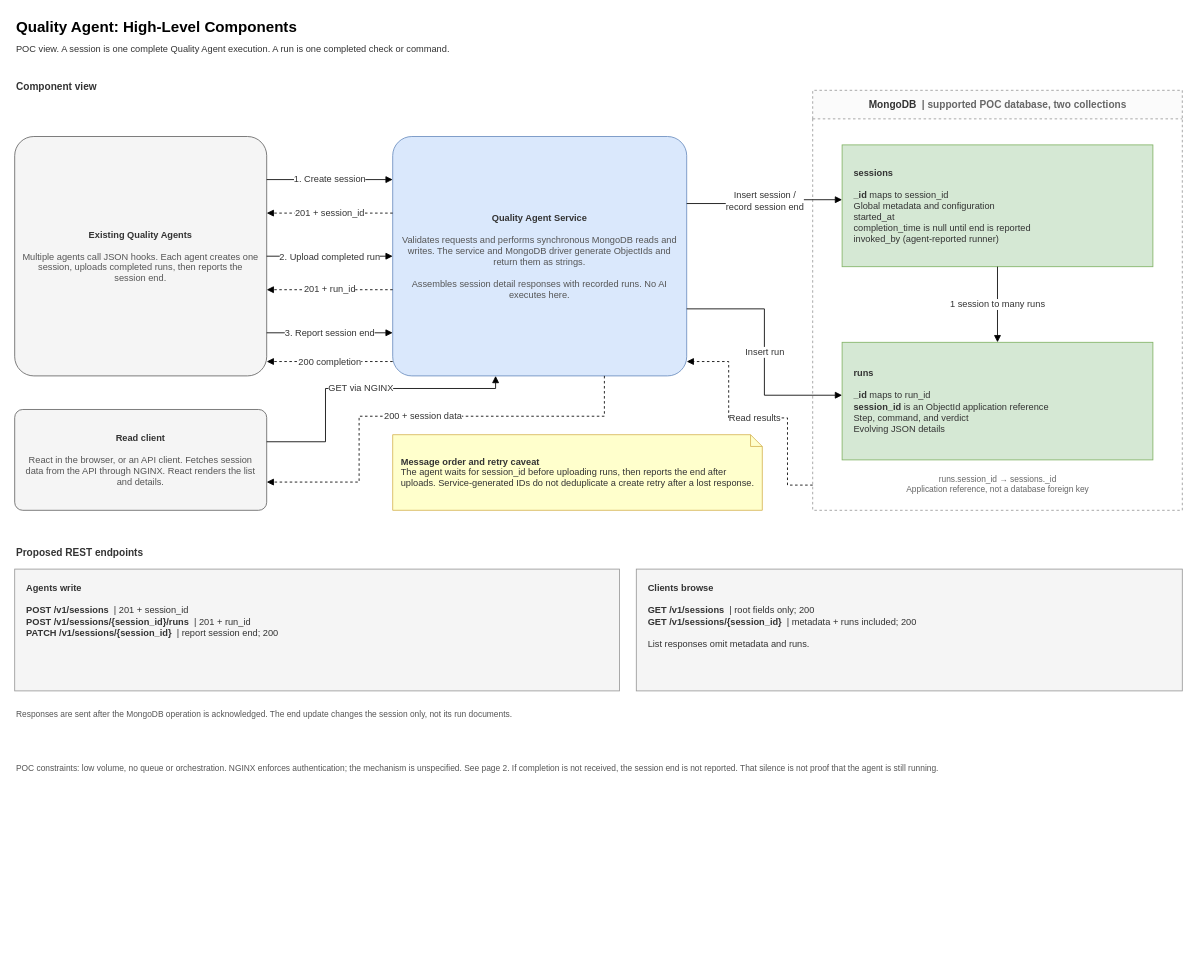
This is page "1. High-Level Components" (1 of 2) of docs/architecture/quality-agent-architecture.drawio from pradeep-ganesh-21/quality-agent-service, a draw.io file, before an edit. Source tidied: cells renumbered, new cells numbered last; positions are measured from the earlier drawing's top-left corner, leaving out a move shared by most shapes. Both pictures are drawn from the tidied source at 84%, with x=0, y=0 at pixel (14, 14).
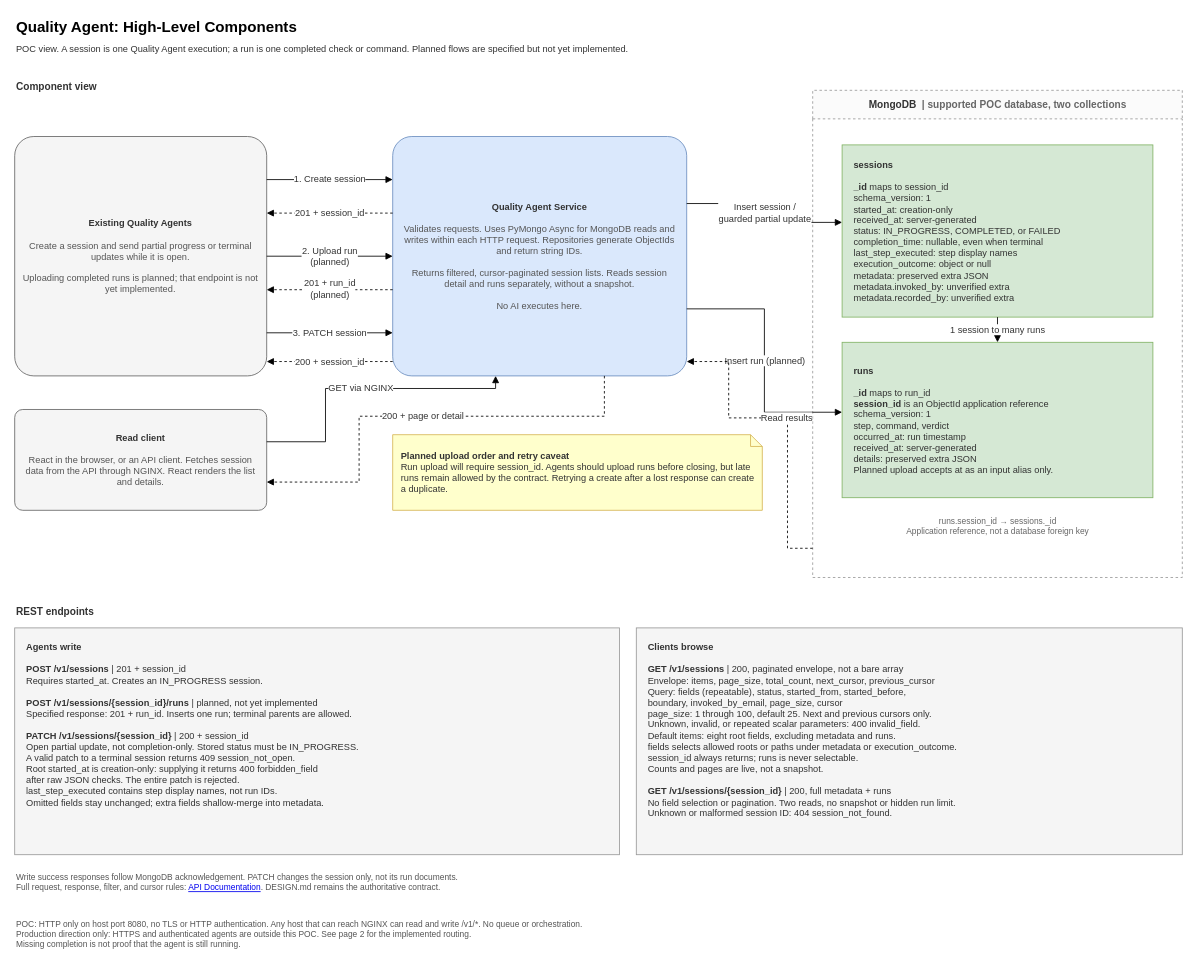
Above is the later version.

Unchanged cells that the change refers to:
```xml
<mxCell id="7" value="&lt;b&gt;Read client&lt;/b&gt;&lt;br&gt;&lt;br&gt;&lt;font color=&quot;#555555&quot;&gt;React in the browser, or an API client. Fetches session data from the API through NGINX. React renders the list and details.&lt;/font&gt;" style="rounded=1;whiteSpace=wrap;html=1;fillColor=#f5f5f5;strokeColor=#666666;align=center;verticalAlign=middle;fontSize=11;arcSize=8;fontColor=#333333;fontFamily=Helvetica;shadow=0;spacing=8;" parent="1" vertex="1">
  <mxGeometry y="470" width="300" height="120" as="geometry" />
</mxCell>
```

What changed in the source:
```diff
@@
-    <mxCell id="3" value="POC view. A session is one complete Quality Agent execution. A run is one completed check or command." style="text;html=1;strokeColor=none;fillColor=none;align=left;verticalAlign=middle;fontSize=11;fontFamily=Helvetica;shadow=0;fontColor=#333333;" parent="1" vertex="1">
-      <mxGeometry y="30" width="900" height="22" as="geometry" />
+    <mxCell id="3" value="POC view. A session is one Quality Agent execution; a run is one completed check or command. Planned flows are specified but not yet implemented." style="text;html=1;strokeColor=none;fillColor=none;align=left;verticalAlign=middle;fontSize=11;fontFamily=Helvetica;shadow=0;fontColor=#333333;" parent="1" vertex="1">
+      <mxGeometry y="30" width="1390" height="22" as="geometry" />
     </mxCell>
@@
-    <mxCell id="5" value="&lt;b&gt;Existing Quality Agents&lt;/b&gt;&lt;br&gt;&lt;br&gt;&lt;font color=&quot;#555555&quot;&gt;Multiple agents call JSON hooks. Each agent creates one session, uploads completed runs, then reports the session end.&lt;/font&gt;" style="rounded=1;whiteSpace=wrap;html=1;fillColor=#f5f5f5;strokeColor=#666666;align=center;verticalAlign=middle;fontSize=11;arcSize=8;fontColor=#333333;fontFamily=Helvetica;shadow=0;spacing=10;" parent="1" vertex="1">
+    <mxCell id="5" value="&lt;b&gt;Existing Quality Agents&lt;/b&gt;&lt;br&gt;&lt;br&gt;&lt;font color=&quot;#555555&quot;&gt;Create a session and send partial progress or terminal updates while it is open.&lt;br&gt;&lt;br&gt;Uploading completed runs is planned; that endpoint is not yet implemented.&lt;/font&gt;" style="rounded=1;whiteSpace=wrap;html=1;fillColor=#f5f5f5;strokeColor=#666666;align=center;verticalAlign=middle;fontSize=11;arcSize=8;fontColor=#333333;fontFamily=Helvetica;shadow=0;spacing=10;" parent="1" vertex="1">
       <mxGeometry y="145" width="300" height="285" as="geometry" />
     </mxCell>
-    <mxCell id="6" value="&lt;b&gt;Quality Agent Service&lt;/b&gt;&lt;br&gt;&lt;br&gt;&lt;font color=&quot;#555555&quot;&gt;Validates requests and performs synchronous MongoDB reads and writes. The service and MongoDB driver generate ObjectIds and return them as strings.&lt;br&gt;&lt;br&gt;Assembles session detail responses with recorded runs. No AI executes here.&lt;/font&gt;" style="rounded=1;whiteSpace=wrap;html=1;fillColor=#dae8fc;strokeColor=#6c8ebf;align=center;verticalAlign=middle;fontSize=11;arcSize=8;fontColor=#333333;fontFamily=Helvetica;shadow=0;spacing=10;" parent="1" vertex="1">
+    <mxCell id="6" value="&lt;b&gt;Quality Agent Service&lt;/b&gt;&lt;br&gt;&lt;br&gt;&lt;font color=&quot;#555555&quot;&gt;Validates requests. Uses PyMongo Async for MongoDB reads and writes within each HTTP request. Repositories generate ObjectIds and return string IDs.&lt;br&gt;&lt;br&gt;Returns filtered, cursor-paginated session lists. Reads session detail and runs separately, without a snapshot.&lt;br&gt;&lt;br&gt;No AI executes here.&lt;/font&gt;" style="rounded=1;whiteSpace=wrap;html=1;fillColor=#dae8fc;strokeColor=#6c8ebf;align=center;verticalAlign=middle;fontSize=11;arcSize=8;fontColor=#333333;fontFamily=Helvetica;shadow=0;spacing=10;" parent="1" vertex="1">
       <mxGeometry x="450" y="145" width="350" height="285" as="geometry" />
     </mxCell>
@@
     <mxCell id="8" value="&lt;b&gt;MongoDB&lt;/b&gt;&lt;font color=&quot;#666666&quot;&gt;&amp;nbsp; | supported POC database, two collections&lt;/font&gt;" style="swimlane;html=1;startSize=34;fillColor=#fbfbfb;strokeColor=#999999;dashed=1;fontSize=12;align=center;verticalAlign=middle;fontColor=#333333;fontFamily=Helvetica;shadow=0;" parent="1" vertex="1">
-      <mxGeometry x="950" y="90" width="440" height="500" as="geometry" />
+      <mxGeometry x="950" y="90" width="440" height="580" as="geometry" />
     </mxCell>
-    <mxCell id="9" value="&lt;b&gt;sessions&lt;/b&gt;&lt;br&gt;&lt;br&gt;&lt;b&gt;_id&lt;/b&gt; maps to session_id&lt;br&gt;Global metadata and configuration&lt;br&gt;started_at&lt;br&gt;completion_time is null until end is reported&lt;br&gt;invoked_by (agent-reported runner)" style="rounded=0;whiteSpace=wrap;html=1;fillColor=#d5e8d4;strokeColor=#82b366;align=left;verticalAlign=middle;fontSize=11;fontColor=#333333;fontFamily=Helvetica;shadow=0;spacingLeft=12;spacingRight=8;" parent="8" vertex="1">
-      <mxGeometry x="35" y="65" width="370" height="145" as="geometry" />
+    <mxCell id="9" value="&lt;b&gt;sessions&lt;/b&gt;&lt;br&gt;&lt;br&gt;&lt;b&gt;_id&lt;/b&gt; maps to session_id&lt;br&gt;schema_version: 1&lt;br&gt;started_at: creation-only&lt;br&gt;received_at: server-generated&lt;br&gt;status: IN_PROGRESS, COMPLETED, or FAILED&lt;br&gt;completion_time: nullable, even when terminal&lt;br&gt;last_step_executed: step display names&lt;br&gt;execution_outcome: object or null&lt;br&gt;metadata: preserved extra JSON&lt;br&gt;metadata.invoked_by: unverified extra&lt;br&gt;metadata.recorded_by: unverified extra" style="rounded=0;whiteSpace=wrap;html=1;fillColor=#d5e8d4;strokeColor=#82b366;align=left;verticalAlign=middle;fontSize=11;fontColor=#333333;fontFamily=Helvetica;shadow=0;spacingLeft=12;spacingRight=8;" parent="8" vertex="1">
+      <mxGeometry x="35" y="65" width="370" height="205" as="geometry" />
     </mxCell>
-    <mxCell id="10" value="&lt;b&gt;runs&lt;/b&gt;&lt;br&gt;&lt;br&gt;&lt;b&gt;_id&lt;/b&gt; maps to run_id&lt;br&gt;&lt;b&gt;session_id&lt;/b&gt; is an ObjectId application reference&lt;br&gt;Step, command, and verdict&lt;br&gt;Evolving JSON details" style="rounded=0;whiteSpace=wrap;html=1;fillColor=#d5e8d4;strokeColor=#82b366;align=left;verticalAlign=middle;fontSize=11;fontColor=#333333;fontFamily=Helvetica;shadow=0;spacingLeft=12;spacingRight=8;" parent="8" vertex="1">
-      <mxGeometry x="35" y="300" width="370" height="140" as="geometry" />
+    <mxCell id="10" value="&lt;b&gt;runs&lt;/b&gt;&lt;br&gt;&lt;br&gt;&lt;b&gt;_id&lt;/b&gt; maps to run_id&lt;br&gt;&lt;b&gt;session_id&lt;/b&gt; is an ObjectId application reference&lt;br&gt;schema_version: 1&lt;br&gt;step, command, verdict&lt;br&gt;occurred_at: run timestamp&lt;br&gt;received_at: server-generated&lt;br&gt;details: preserved extra JSON&lt;br&gt;Planned upload accepts at as an input alias only." style="rounded=0;whiteSpace=wrap;html=1;fillColor=#d5e8d4;strokeColor=#82b366;align=left;verticalAlign=middle;fontSize=11;fontColor=#333333;fontFamily=Helvetica;shadow=0;spacingLeft=12;spacingRight=8;" parent="8" vertex="1">
+      <mxGeometry x="35" y="300" width="370" height="185" as="geometry" />
     </mxCell>
@@
     <mxCell id="12" value="runs.session_id → sessions._id&lt;br&gt;Application reference, not a database foreign key" style="text;html=1;strokeColor=none;fillColor=none;align=center;verticalAlign=middle;fontSize=10;fontFamily=Helvetica;shadow=0;fontColor=#666666;" parent="8" vertex="1">
-      <mxGeometry x="35" y="450" width="370" height="38" as="geometry" />
+      <mxGeometry x="35" y="500" width="370" height="38" as="geometry" />
     </mxCell>
@@
-    <mxCell id="15" value="2. Upload completed run" style="edgeStyle=orthogonalEdgeStyle;rounded=0;html=1;fontSize=11;labelBackgroundColor=#ffffff;exitX=1;exitY=0.50;entryX=0;entryY=0.50;endArrow=block;endFill=1;fontColor=#333333;fontFamily=Helvetica;shadow=0;" parent="1" edge="1" source="5" target="6">
+    <mxCell id="15" value="2. Upload run&lt;br&gt;(planned)" style="edgeStyle=orthogonalEdgeStyle;rounded=0;html=1;fontSize=11;labelBackgroundColor=#ffffff;exitX=1;exitY=0.50;entryX=0;entryY=0.50;endArrow=block;endFill=1;fontColor=#333333;fontFamily=Helvetica;shadow=0;" parent="1" edge="1" source="5" target="6">
       <mxGeometry relative="1" as="geometry" />
     </mxCell>
-    <mxCell id="16" value="201 + run_id" style="edgeStyle=orthogonalEdgeStyle;rounded=0;html=1;fontSize=11;labelBackgroundColor=#ffffff;dashed=1;exitX=0;exitY=0.64;entryX=1;entryY=0.64;endArrow=block;endFill=1;fontColor=#333333;fontFamily=Helvetica;shadow=0;" parent="1" edge="1" source="6" target="5">
+    <mxCell id="16" value="201 + run_id&lt;br&gt;(planned)" style="edgeStyle=orthogonalEdgeStyle;rounded=0;html=1;fontSize=11;labelBackgroundColor=#ffffff;dashed=1;exitX=0;exitY=0.64;entryX=1;entryY=0.64;endArrow=block;endFill=1;fontColor=#333333;fontFamily=Helvetica;shadow=0;" parent="1" edge="1" source="6" target="5">
       <mxGeometry relative="1" as="geometry" />
     </mxCell>
-    <mxCell id="17" value="3. Report session end" style="edgeStyle=orthogonalEdgeStyle;rounded=0;html=1;fontSize=11;labelBackgroundColor=#ffffff;exitX=1;exitY=0.82;entryX=0;entryY=0.82;endArrow=block;endFill=1;fontColor=#333333;fontFamily=Helvetica;shadow=0;" parent="1" edge="1" source="5" target="6">
+    <mxCell id="17" value="3. PATCH session" style="edgeStyle=orthogonalEdgeStyle;rounded=0;html=1;fontSize=11;labelBackgroundColor=#ffffff;exitX=1;exitY=0.82;entryX=0;entryY=0.82;endArrow=block;endFill=1;fontColor=#333333;fontFamily=Helvetica;shadow=0;" parent="1" edge="1" source="5" target="6">
       <mxGeometry relative="1" as="geometry" />
     </mxCell>
-    <mxCell id="18" value="200 completion" style="edgeStyle=orthogonalEdgeStyle;rounded=0;html=1;fontSize=11;labelBackgroundColor=#ffffff;dashed=1;exitX=0;exitY=0.94;entryX=1;entryY=0.94;endArrow=block;endFill=1;fontColor=#333333;fontFamily=Helvetica;shadow=0;" parent="1" edge="1" source="6" target="5">
+    <mxCell id="18" value="200 + session_id" style="edgeStyle=orthogonalEdgeStyle;rounded=0;html=1;fontSize=11;labelBackgroundColor=#ffffff;dashed=1;exitX=0;exitY=0.94;entryX=1;entryY=0.94;endArrow=block;endFill=1;fontColor=#333333;fontFamily=Helvetica;shadow=0;" parent="1" edge="1" source="6" target="5">
       <mxGeometry relative="1" as="geometry" />
     </mxCell>
@@
-    <mxCell id="20" value="200 + session data" style="edgeStyle=orthogonalEdgeStyle;rounded=0;html=1;fontSize=11;labelBackgroundColor=#ffffff;dashed=1;exitX=0.72;exitY=1;entryX=1;entryY=0.72;endArrow=block;endFill=1;fontColor=#333333;fontFamily=Helvetica;shadow=0;" parent="1" edge="1" source="6" target="7">
+    <mxCell id="20" value="200 + page or detail" style="edgeStyle=orthogonalEdgeStyle;rounded=0;html=1;fontSize=11;labelBackgroundColor=#ffffff;dashed=1;exitX=0.72;exitY=1;entryX=1;entryY=0.72;endArrow=block;endFill=1;fontColor=#333333;fontFamily=Helvetica;shadow=0;" parent="1" edge="1" source="6" target="7">
       <mxGeometry relative="1" as="geometry">
         <Array as="points">
           <mxPoint x="702" y="478" />
           <mxPoint x="410" y="478" />
           <mxPoint x="410" y="556" />
         </Array>
       </mxGeometry>
     </mxCell>
-    <mxCell id="21" value="Insert session /&lt;br&gt;record session end" style="edgeStyle=orthogonalEdgeStyle;rounded=0;html=1;fontSize=11;labelBackgroundColor=#ffffff;exitX=1;exitY=0.28;entryX=0;entryY=0.45;endArrow=block;endFill=1;fontColor=#333333;fontFamily=Helvetica;shadow=0;" parent="1" edge="1" source="6" target="9">
+    <mxCell id="21" value="Insert session /&lt;br&gt;guarded partial update" style="edgeStyle=orthogonalEdgeStyle;rounded=0;html=1;fontSize=11;labelBackgroundColor=#ffffff;exitX=1;exitY=0.28;entryX=0;entryY=0.45;endArrow=block;endFill=1;fontColor=#333333;fontFamily=Helvetica;shadow=0;" parent="1" edge="1" source="6" target="9">
       <mxGeometry relative="1" as="geometry" />
     </mxCell>
-    <mxCell id="22" value="Insert run" style="edgeStyle=orthogonalEdgeStyle;rounded=0;html=1;fontSize=11;labelBackgroundColor=#ffffff;exitX=1;exitY=0.72;entryX=0;entryY=0.45;endArrow=block;endFill=1;fontColor=#333333;fontFamily=Helvetica;shadow=0;" parent="1" edge="1" source="6" target="10">
+    <mxCell id="22" value="Insert run (planned)" style="edgeStyle=orthogonalEdgeStyle;rounded=0;html=1;fontSize=11;labelBackgroundColor=#ffffff;exitX=1;exitY=0.72;entryX=0;entryY=0.45;endArrow=block;endFill=1;fontColor=#333333;fontFamily=Helvetica;shadow=0;" parent="1" edge="1" source="6" target="10">
       <mxGeometry relative="1" as="geometry" />
     </mxCell>
     <mxCell id="23" value="Read results" style="edgeStyle=orthogonalEdgeStyle;rounded=0;html=1;fontSize=11;labelBackgroundColor=#ffffff;dashed=1;exitX=0;exitY=0.94;entryX=1;entryY=0.94;endArrow=block;endFill=1;fontColor=#333333;fontFamily=Helvetica;shadow=0;" parent="1" edge="1" source="8" target="6">
       <mxGeometry relative="1" as="geometry">
         <Array as="points">
-          <mxPoint x="920" y="560" />
+          <mxPoint x="920" y="635" />
           <mxPoint x="920" y="480" />
           <mxPoint x="850" y="480" />
           <mxPoint x="850" y="413" />
         </Array>
       </mxGeometry>
     </mxCell>
-    <mxCell id="24" value="&lt;b&gt;Message order and retry caveat&lt;/b&gt;&lt;br&gt;The agent waits for session_id before uploading runs, then reports the end after uploads. Service-generated IDs do not deduplicate a create retry after a lost response." style="shape=note;whiteSpace=wrap;html=1;size=14;fillColor=#ffffcc;strokeColor=#d6b656;align=left;verticalAlign=middle;spacingLeft=8;spacingRight=8;fontSize=11;fontColor=#333333;fontFamily=Helvetica;shadow=0;" parent="1" vertex="1">
+    <mxCell id="24" value="&lt;b&gt;Planned upload order and retry caveat&lt;/b&gt;&lt;br&gt;Run upload will require session_id. Agents should upload runs before closing, but late runs remain allowed by the contract. Retrying a create after a lost response can create a duplicate." style="shape=note;whiteSpace=wrap;html=1;size=14;fillColor=#ffffcc;strokeColor=#d6b656;align=left;verticalAlign=middle;spacingLeft=8;spacingRight=8;fontSize=11;fontColor=#333333;fontFamily=Helvetica;shadow=0;" parent="1" vertex="1">
       <mxGeometry x="450" y="500" width="440" height="90" as="geometry" />
     </mxCell>
-    <mxCell id="25" value="Proposed REST endpoints" style="text;html=1;strokeColor=none;fillColor=none;align=left;verticalAlign=middle;fontSize=12;fontStyle=1;fontFamily=Helvetica;shadow=0;fontColor=#333333;" parent="1" vertex="1">
-      <mxGeometry y="630" width="220" height="22" as="geometry" />
+    <mxCell id="25" value="REST endpoints" style="text;html=1;strokeColor=none;fillColor=none;align=left;verticalAlign=middle;fontSize=12;fontStyle=1;fontFamily=Helvetica;shadow=0;fontColor=#333333;" parent="1" vertex="1">
+      <mxGeometry y="700" width="220" height="22" as="geometry" />
     </mxCell>
-    <mxCell id="26" value="&lt;b&gt;Agents write&lt;/b&gt;&lt;br&gt;&lt;br&gt;&lt;b&gt;POST /v1/sessions&lt;/b&gt;&amp;nbsp; | 201 + session_id&lt;br&gt;&lt;b&gt;POST /v1/sessions/{session_id}/runs&lt;/b&gt;&amp;nbsp; | 201 + run_id&lt;br&gt;&lt;b&gt;PATCH /v1/sessions/{session_id}&lt;/b&gt;&amp;nbsp; | report session end; 200" style="rounded=0;whiteSpace=wrap;html=1;fillColor=#f5f5f5;strokeColor=#999999;align=left;verticalAlign=top;fontSize=11;fontColor=#333333;fontFamily=Helvetica;shadow=0;spacingTop=10;spacingLeft=12;spacingRight=10;" parent="1" vertex="1">
-      <mxGeometry y="660" width="720" height="145" as="geometry" />
+    <mxCell id="26" value="&lt;b&gt;Agents write&lt;/b&gt;&lt;br&gt;&lt;br&gt;&lt;b&gt;POST /v1/sessions&lt;/b&gt; | 201 + session_id&lt;br&gt;Requires started_at. Creates an IN_PROGRESS session.&lt;br&gt;&lt;br&gt;&lt;b&gt;POST /v1/sessions/{session_id}/runs&lt;/b&gt; | planned, not yet implemented&lt;br&gt;Specified response: 201 + run_id. Inserts one run; terminal parents are allowed.&lt;br&gt;&lt;br&gt;&lt;b&gt;PATCH /v1/sessions/{session_id}&lt;/b&gt; | 200 + session_id&lt;br&gt;Open partial update, not completion-only. Stored status must be IN_PROGRESS.&lt;br&gt;A valid patch to a terminal session returns 409 session_not_open.&lt;br&gt;Root started_at is creation-only: supplying it returns 400 forbidden_field&lt;br&gt;after raw JSON checks. The entire patch is rejected.&lt;br&gt;last_step_executed contains step display names, not run IDs.&lt;br&gt;Omitted fields stay unchanged; extra fields shallow-merge into metadata." style="rounded=0;whiteSpace=wrap;html=1;fillColor=#f5f5f5;strokeColor=#999999;align=left;verticalAlign=top;fontSize=11;fontColor=#333333;fontFamily=Helvetica;shadow=0;spacingTop=10;spacingLeft=12;spacingRight=10;" parent="1" vertex="1">
+      <mxGeometry y="730" width="720" height="270" as="geometry" />
     </mxCell>
-    <mxCell id="27" value="&lt;b&gt;Clients browse&lt;/b&gt;&lt;br&gt;&lt;br&gt;&lt;b&gt;GET /v1/sessions&lt;/b&gt;&amp;nbsp; | root fields only; 200&lt;br&gt;&lt;b&gt;GET /v1/sessions/{session_id}&lt;/b&gt;&amp;nbsp; | metadata + runs included; 200&lt;br&gt;&lt;br&gt;List responses omit metadata and runs." style="rounded=0;whiteSpace=wrap;html=1;fillColor=#f5f5f5;strokeColor=#999999;align=left;verticalAlign=top;fontSize=11;fontColor=#333333;fontFamily=Helvetica;shadow=0;spacingTop=10;spacingLeft=12;spacingRight=10;" parent="1" vertex="1">
-      <mxGeometry x="740" y="660" width="650" height="145" as="geometry" />
+    <mxCell id="27" value="&lt;b&gt;Clients browse&lt;/b&gt;&lt;br&gt;&lt;br&gt;&lt;b&gt;GET /v1/sessions&lt;/b&gt; | 200, paginated envelope, not a bare array&lt;br&gt;Envelope: items, page_size, total_count, next_cursor, previous_cursor&lt;br&gt;Query: fields (repeatable), status, started_from, started_before,&lt;br&gt;boundary, invoked_by_email, page_size, cursor&lt;br&gt;page_size: 1 through 100, default 25. Next and previous cursors only.&lt;br&gt;Unknown, invalid, or repeated scalar parameters: 400 invalid_field.&lt;br&gt;Default items: eight root fields, excluding metadata and runs.&lt;br&gt;fields selects allowed roots or paths under metadata or execution_outcome.&lt;br&gt;session_id always returns; runs is never selectable.&lt;br&gt;Counts and pages are live, not a snapshot.&lt;br&gt;&lt;br&gt;&lt;b&gt;GET /v1/sessions/{session_id}&lt;/b&gt; | 200, full metadata + runs&lt;br&gt;No field selection or pagination. Two reads, no snapshot or hidden run limit.&lt;br&gt;Unknown or malformed session ID: 404 session_not_found." style="rounded=0;whiteSpace=wrap;html=1;fillColor=#f5f5f5;strokeColor=#999999;align=left;verticalAlign=top;fontSize=11;fontColor=#333333;fontFamily=Helvetica;shadow=0;spacingTop=10;spacingLeft=12;spacingRight=10;" parent="1" vertex="1">
+      <mxGeometry x="740" y="730" width="650" height="270" as="geometry" />
     </mxCell>
-    <mxCell id="28" value="Responses are sent after the MongoDB operation is acknowledged. The end update changes the session only, not its run documents." style="text;html=1;strokeColor=none;fillColor=none;align=left;verticalAlign=top;fontSize=10;fontFamily=Helvetica;shadow=0;fontColor=#555555;whiteSpace=wrap;" parent="1" vertex="1">
-      <mxGeometry y="820" width="1390" height="38" as="geometry" />
+    <mxCell id="28" value="Write success responses follow MongoDB acknowledgement. PATCH changes the session only, not its run documents.&lt;br&gt;Full request, response, filter, and cursor rules: &lt;a href=&quot;https://hyland.atlassian.net/wiki/spaces/~712020240b4655f2f94280b58c2de40b6148a7/pages/4341235845/API+Documentation&quot;&gt;API Documentation&lt;/a&gt;. DESIGN.md remains the authoritative contract." style="text;html=1;strokeColor=none;fillColor=none;align=left;verticalAlign=top;fontSize=10;fontFamily=Helvetica;shadow=0;fontColor=#555555;whiteSpace=wrap;" parent="1" vertex="1">
+      <mxGeometry y="1015" width="1390" height="38" as="geometry" />
     </mxCell>
-    <mxCell id="29" value="POC constraints: low volume, no queue or orchestration. NGINX enforces authentication; the mechanism is unspecified. See page 2. If completion is not received, the session end is not reported. That silence is not proof that the agent is still running." style="text;html=1;strokeColor=none;fillColor=none;align=left;verticalAlign=top;fontSize=10;fontFamily=Helvetica;shadow=0;fontColor=#555555;whiteSpace=wrap;" parent="1" vertex="1">
-      <mxGeometry y="885" width="1390" height="42" as="geometry" />
+    <mxCell id="29" value="POC: HTTP only on host port 8080, no TLS or HTTP authentication. Any host that can reach NGINX can read and write /v1/*. No queue or orchestration.&lt;br&gt;Production direction only: HTTPS and authenticated agents are outside this POC. See page 2 for the implemented routing.&lt;br&gt;Missing completion is not proof that the agent is still running." style="text;html=1;strokeColor=none;fillColor=none;align=left;verticalAlign=top;fontSize=10;fontFamily=Helvetica;shadow=0;fontColor=#555555;whiteSpace=wrap;" parent="1" vertex="1">
+      <mxGeometry y="1070" width="1390" height="62" as="geometry" />
     </mxCell>
```
